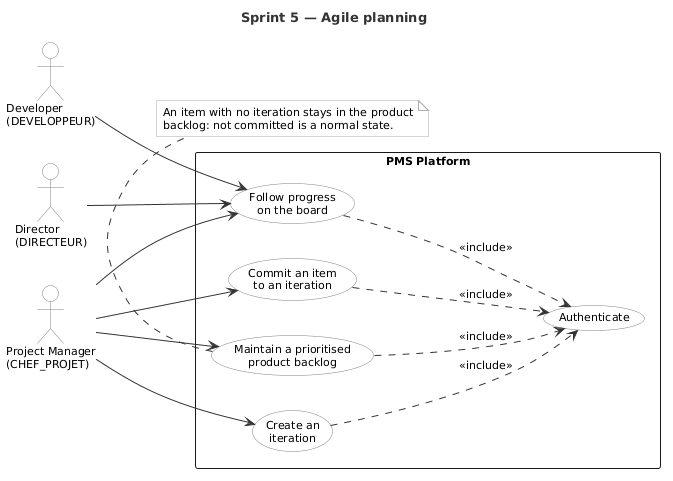
Above: report/Rapport PFE TEKUP LATEX/img/uc_sprint5.png in mazenrakrouki/tekup-pms-platform (PlantUML), before the change. Its diagram source:
```plantuml
@startuml uc_sprint5
title Sprint 5 — Agile planning

left to right direction

skinparam shadowing false
skinparam packageStyle rectangle
skinparam defaultFontName Helvetica
skinparam defaultFontSize 11
skinparam actorBorderColor #808080
skinparam actorBackgroundColor #FFFFFF
skinparam usecaseBorderColor #808080
skinparam usecaseBackgroundColor #FFFFFF
skinparam ArrowColor #333333
skinparam noteBorderColor #AAAAAA
skinparam noteBackgroundColor #FAFAFA
skinparam TitleFontSize 13
skinparam TitleFontColor #333333

actor "Director\n(DIRECTEUR)"          as Dir
actor "Project Manager\n(CHEF_PROJET)" as PM
actor "Developer\n(DEVELOPPEUR)"       as Dev

rectangle "PMS Platform" {
  usecase "Create an\niteration" as UC1
  usecase "Maintain a prioritised\nproduct backlog" as UC2
  usecase "Commit an item\nto an iteration" as UC3
  usecase "Follow progress\non the board" as UC4
  usecase "Authenticate" as UC0
}

PM --> UC1
PM --> UC2
PM --> UC3
PM --> UC4
Dir --> UC4
Dev --> UC4
UC1 ..> UC0 : <<include>>
UC2 ..> UC0 : <<include>>
UC3 ..> UC0 : <<include>>
UC4 ..> UC0 : <<include>>

note bottom of UC2
  An item with no iteration stays in the product
  backlog: not committed is a normal state.
end note

@enduml
```
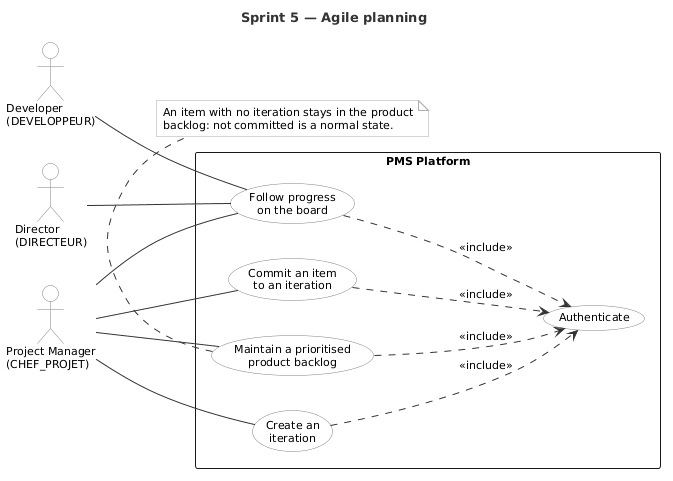
The same diagram one commit later.

The edit, as a diff of the source:
```diff
@@ -29,12 +29,12 @@
   usecase "Authenticate" as UC0
 }
 
-PM --> UC1
-PM --> UC2
-PM --> UC3
-PM --> UC4
-Dir --> UC4
-Dev --> UC4
+PM -- UC1
+PM -- UC2
+PM -- UC3
+PM -- UC4
+Dir -- UC4
+Dev -- UC4
 UC1 ..> UC0 : <<include>>
 UC2 ..> UC0 : <<include>>
 UC3 ..> UC0 : <<include>>
```
